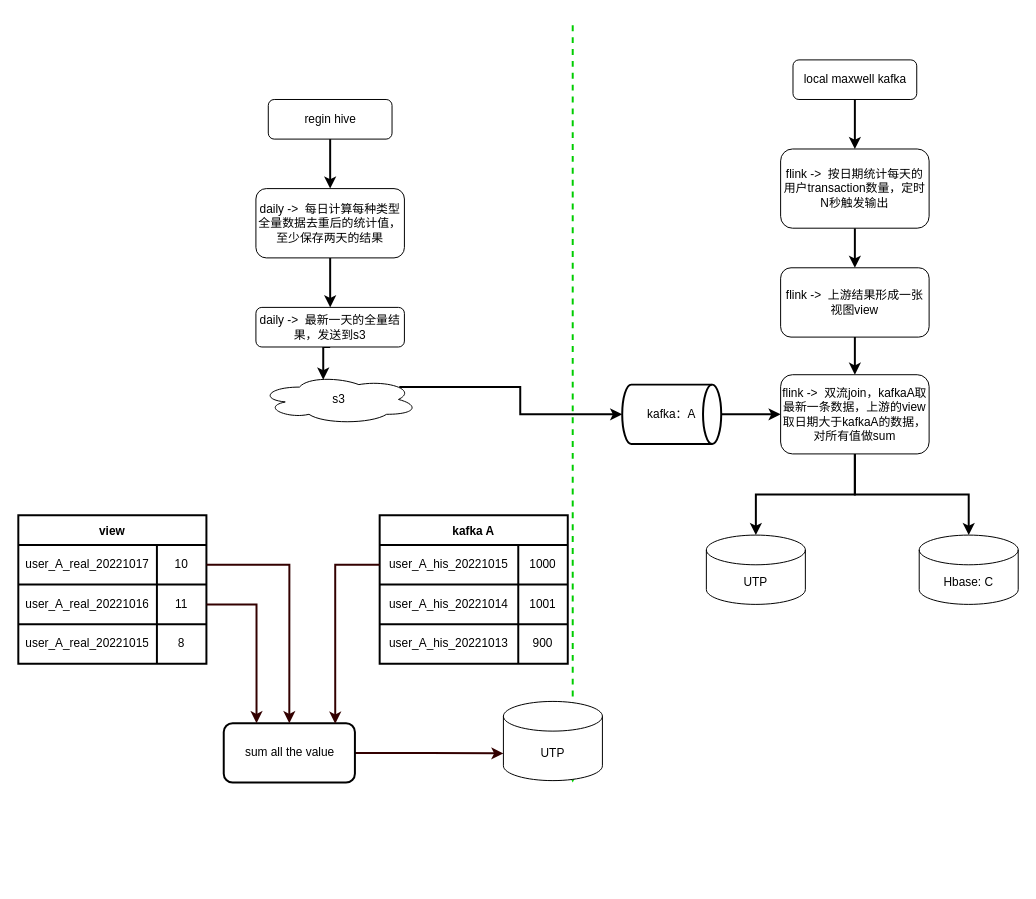
Above: 未命名绘图.drawio in LadyTao/flink-study (draw.io), before the change. Source tidied: cells renumbered, new cells numbered last; positions are measured from the earlier drawing's top-left corner, leaving out a move shared by most shapes. Both pictures are drawn from the tidied source at 99%, with x=0, y=0 at pixel (18, 25).
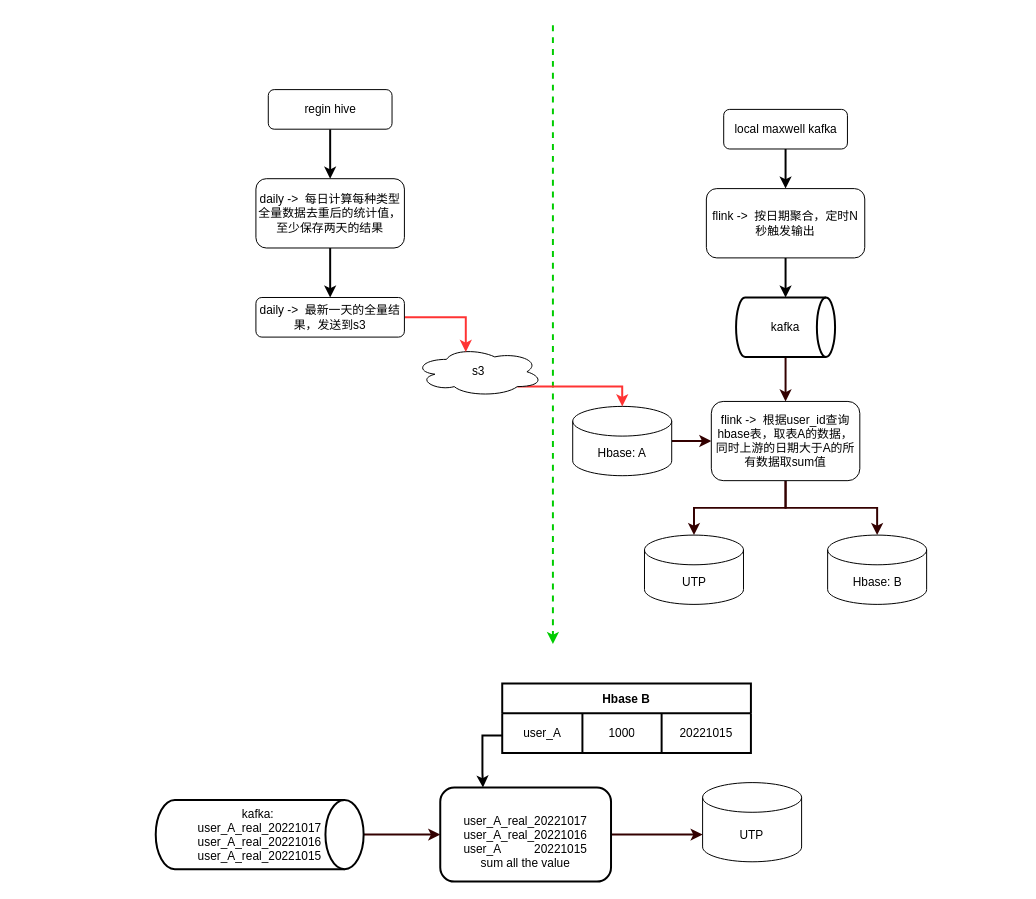
Above is the later version.

Commit message:
更新未命名绘图.drawio

Change to the diagram source:
```diff
@@
     <mxCell id="2" style="edgeStyle=none;orthogonalLoop=1;jettySize=auto;html=1;rounded=0;strokeWidth=2;dashed=1;strokeColor=#00CC00;" parent="1" edge="1">
       <mxGeometry relative="1" as="geometry">
-        <mxPoint x="560" as="sourcePoint" />
-        <mxPoint x="560" y="765" as="targetPoint" />
+        <mxPoint x="540" as="sourcePoint" />
+        <mxPoint x="540" y="625" as="targetPoint" />
       </mxGeometry>
     </mxCell>
@@
     <mxCell id="4" value="regin hive" style="rounded=1;whiteSpace=wrap;html=1;" parent="1" vertex="1">
-      <mxGeometry x="252.5" y="75" width="125" height="40" as="geometry" />
+      <mxGeometry x="252.5" y="65" width="125" height="40" as="geometry" />
     </mxCell>
-    <mxCell id="5" style="edgeStyle=orthogonalEdgeStyle;rounded=0;jettySize=auto;html=1;exitX=0.5;exitY=1;exitDx=0;exitDy=0;entryX=0.5;entryY=0;entryDx=0;entryDy=0;strokeWidth=2;" parent="1" edge="1" source="6" target="14">
-      <mxGeometry relative="1" as="geometry" />
-    </mxCell>
+    <mxCell id="52" style="edgeStyle=orthogonalEdgeStyle;rounded=0;jettySize=auto;html=1;exitX=0.5;exitY=1;exitDx=0;exitDy=0;entryX=0.5;entryY=0;entryDx=0;entryDy=0;strokeWidth=2;" parent="1" edge="1" source="6" target="16">
+      <mxGeometry relative="1" as="geometry" />
+    </mxCell>
     <mxCell id="6" value="local maxwell kafka" style="rounded=1;whiteSpace=wrap;html=1;" parent="1" vertex="1">
-      <mxGeometry x="782.5" y="35" width="125" height="40" as="geometry" />
+      <mxGeometry x="712.5" y="85" width="125" height="40" as="geometry" />
     </mxCell>
@@
     <mxCell id="8" value="daily -&amp;gt;&amp;nbsp; 每日计算每种类型全量数据去重后的统计值，至少保存两天的结果" style="rounded=1;whiteSpace=wrap;html=1;" parent="1" vertex="1">
-      <mxGeometry x="240" y="165" width="150" height="70" as="geometry" />
+      <mxGeometry x="240" y="155" width="150" height="70" as="geometry" />
     </mxCell>
-    <mxCell id="9" style="edgeStyle=orthogonalEdgeStyle;rounded=0;jettySize=auto;html=1;exitX=0.88;exitY=0.25;exitDx=0;exitDy=0;exitPerimeter=0;entryX=0;entryY=0.5;entryDx=0;entryDy=0;entryPerimeter=0;strokeWidth=2;" parent="1" edge="1" source="10" target="18">
-      <mxGeometry relative="1" as="geometry" />
-    </mxCell>
+    <mxCell id="53" style="edgeStyle=orthogonalEdgeStyle;rounded=0;jettySize=auto;html=1;exitX=0.8;exitY=0.8;exitDx=0;exitDy=0;exitPerimeter=0;entryX=0.5;entryY=0;entryDx=0;entryDy=0;entryPerimeter=0;strokeColor=#FF3333;strokeWidth=2;" parent="1" edge="1" source="10" target="55">
+      <mxGeometry relative="1" as="geometry" />
+    </mxCell>
     <mxCell id="10" value="s3" style="ellipse;shape=cloud;whiteSpace=wrap;html=1;" parent="1" vertex="1">
-      <mxGeometry x="244" y="353" width="160" height="50" as="geometry" />
+      <mxGeometry x="400" y="325" width="130" height="50" as="geometry" />
     </mxCell>
-    <mxCell id="11" style="edgeStyle=orthogonalEdgeStyle;rounded=0;jettySize=auto;html=1;exitX=0.5;exitY=1;exitDx=0;exitDy=0;entryX=0.4;entryY=0.1;entryDx=0;entryDy=0;entryPerimeter=0;strokeWidth=2;" parent="1" edge="1" source="12" target="10">
+    <mxCell id="11" style="edgeStyle=orthogonalEdgeStyle;rounded=0;jettySize=auto;html=1;exitX=1;exitY=0.5;exitDx=0;exitDy=0;entryX=0.4;entryY=0.1;entryDx=0;entryDy=0;entryPerimeter=0;strokeWidth=2;strokeColor=#FF3333;" parent="1" edge="1" source="12" target="10">
       <mxGeometry relative="1" as="geometry" />
     </mxCell>
     <mxCell id="12" value="daily -&amp;gt;&amp;nbsp; 最新一天的全量结果，发送到s3" style="rounded=1;whiteSpace=wrap;html=1;" parent="1" vertex="1">
-      <mxGeometry x="240" y="285" width="150" height="40" as="geometry" />
+      <mxGeometry x="240" y="275" width="150" height="40" as="geometry" />
     </mxCell>
-    <mxCell id="13" style="edgeStyle=orthogonalEdgeStyle;rounded=0;jettySize=auto;html=1;exitX=0.5;exitY=1;exitDx=0;exitDy=0;strokeWidth=2;" parent="1" edge="1" source="14" target="16">
-      <mxGeometry relative="1" as="geometry" />
-    </mxCell>
-    <mxCell id="14" value="flink -&amp;gt;&amp;nbsp; 按日期统计每天的用户transaction数量，定时N秒触发输出" style="rounded=1;whiteSpace=wrap;html=1;" parent="1" vertex="1">
-      <mxGeometry x="770" y="125" width="150" height="80" as="geometry" />
-    </mxCell>
-    <mxCell id="15" style="edgeStyle=orthogonalEdgeStyle;rounded=0;jettySize=auto;html=1;exitX=0.5;exitY=1;exitDx=0;exitDy=0;strokeWidth=2;" parent="1" edge="1" source="16" target="51">
-      <mxGeometry relative="1" as="geometry" />
-    </mxCell>
+    <mxCell id="54" style="edgeStyle=orthogonalEdgeStyle;rounded=0;jettySize=auto;html=1;exitX=1;exitY=0.5;exitDx=0;exitDy=0;exitPerimeter=0;entryX=0;entryY=0.5;entryDx=0;entryDy=0;strokeColor=#330000;strokeWidth=2;" parent="1" edge="1" source="55" target="60">
+      <mxGeometry relative="1" as="geometry" />
+    </mxCell>
+    <mxCell id="55" value="Hbase: A" style="shape=cylinder3;whiteSpace=wrap;html=1;boundedLbl=1;backgroundOutline=1;size=15;" parent="1" vertex="1">
+      <mxGeometry x="560" y="385" width="100" height="70" as="geometry" />
+    </mxCell>
+    <mxCell id="56" style="edgeStyle=orthogonalEdgeStyle;rounded=0;jettySize=auto;html=1;exitX=0.5;exitY=1;exitDx=0;exitDy=0;strokeWidth=2;" parent="1" edge="1" source="16" target="18">
+      <mxGeometry relative="1" as="geometry" />
+    </mxCell>
-    <mxCell id="16" value="flink -&amp;gt;&amp;nbsp; 上游结果形成一张视图view" style="rounded=1;whiteSpace=wrap;html=1;" parent="1" vertex="1">
-      <mxGeometry x="770" y="245" width="150" height="70" as="geometry" />
+    <mxCell id="16" value="flink -&amp;gt;&amp;nbsp; 按日期聚合，定时N秒触发输出" style="rounded=1;whiteSpace=wrap;html=1;" parent="1" vertex="1">
+      <mxGeometry x="695" y="165" width="160" height="70" as="geometry" />
     </mxCell>
-    <mxCell id="17" style="edgeStyle=orthogonalEdgeStyle;rounded=0;jettySize=auto;html=1;exitX=1;exitY=0.5;exitDx=0;exitDy=0;exitPerimeter=0;entryX=0;entryY=0.5;entryDx=0;entryDy=0;strokeWidth=2;" parent="1" edge="1" source="18" target="51">
-      <mxGeometry relative="1" as="geometry" />
-    </mxCell>
+    <mxCell id="57" style="edgeStyle=orthogonalEdgeStyle;rounded=0;jettySize=auto;html=1;exitX=0.5;exitY=1;exitDx=0;exitDy=0;exitPerimeter=0;strokeColor=#330000;strokeWidth=2;" parent="1" edge="1" source="18" target="60">
+      <mxGeometry relative="1" as="geometry" />
+    </mxCell>
-    <mxCell id="18" value="kafka：A" style="strokeWidth=2;html=1;shape=mxgraph.flowchart.direct_data;whiteSpace=wrap;" parent="1" vertex="1">
-      <mxGeometry x="610" y="363" width="100" height="60" as="geometry" />
+    <mxCell id="18" value="kafka" style="strokeWidth=2;html=1;shape=mxgraph.flowchart.direct_data;whiteSpace=wrap;" parent="1" vertex="1">
+      <mxGeometry x="725" y="275" width="100" height="60" as="geometry" />
     </mxCell>
+    <mxCell id="58" style="edgeStyle=orthogonalEdgeStyle;rounded=0;jettySize=auto;html=1;exitX=0.5;exitY=1;exitDx=0;exitDy=0;entryX=0.5;entryY=0;entryDx=0;entryDy=0;entryPerimeter=0;strokeColor=#330000;strokeWidth=2;" parent="1" edge="1" source="60" target="20">
+      <mxGeometry relative="1" as="geometry" />
+    </mxCell>
+    <mxCell id="59" style="edgeStyle=orthogonalEdgeStyle;rounded=0;jettySize=auto;html=1;exitX=0.5;exitY=1;exitDx=0;exitDy=0;entryX=0.5;entryY=0;entryDx=0;entryDy=0;entryPerimeter=0;strokeColor=#330000;strokeWidth=2;" parent="1" edge="1" source="60" target="19">
+      <mxGeometry relative="1" as="geometry" />
+    </mxCell>
+    <mxCell id="60" value="flink -&amp;gt;&amp;nbsp; 根据user_id查询hbase表，取表A的数据，同时上游的日期大于A的所有数据取sum值" style="rounded=1;whiteSpace=wrap;html=1;" parent="1" vertex="1">
+      <mxGeometry x="700" y="380" width="150" height="80" as="geometry" />
+    </mxCell>
-    <mxCell id="19" value="Hbase: C" style="shape=cylinder3;whiteSpace=wrap;html=1;boundedLbl=1;backgroundOutline=1;size=15;" parent="1" vertex="1">
-      <mxGeometry x="910" y="515" width="100" height="70" as="geometry" />
+    <mxCell id="19" value="Hbase: B" style="shape=cylinder3;whiteSpace=wrap;html=1;boundedLbl=1;backgroundOutline=1;size=15;" parent="1" vertex="1">
+      <mxGeometry x="817.5" y="515" width="100" height="70" as="geometry" />
     </mxCell>
     <mxCell id="20" value="UTP" style="shape=cylinder3;whiteSpace=wrap;html=1;boundedLbl=1;backgroundOutline=1;size=15;" parent="1" vertex="1">
-      <mxGeometry x="695" y="515" width="100" height="70" as="geometry" />
+      <mxGeometry x="632.5" y="515" width="100" height="70" as="geometry" />
     </mxCell>
-    <mxCell id="21" value="view" style="shape=table;startSize=30;childLayout=tableLayout;fontStyle=1;align=center;strokeWidth=2;" parent="1" vertex="1">
-      <mxGeometry y="495" width="190" height="150" as="geometry" />
-    </mxCell>
-    <mxCell id="22" style="shape=tableRow;horizontal=0;startSize=0;swimlaneHead=0;swimlaneBody=0;top=0;left=0;bottom=0;right=0;fillColor=none;points=[[0,0.5],[1,0.5]];portConstraint=eastwest;strokeWidth=2;" parent="21" vertex="1">
-      <mxGeometry y="30" width="190" height="40" as="geometry" />
-    </mxCell>
-    <mxCell id="23" value="user_A_real_20221017" style="shape=partialRectangle;html=1;whiteSpace=wrap;fillColor=none;top=0;left=0;bottom=0;right=0;overflow=hidden;strokeWidth=2;" parent="22" vertex="1">
-      <mxGeometry width="140" height="40" as="geometry" />
-    </mxCell>
-    <mxCell id="24" value="10" style="shape=partialRectangle;html=1;whiteSpace=wrap;fillColor=none;top=0;left=0;bottom=0;right=0;overflow=hidden;strokeWidth=2;" parent="22" vertex="1">
-      <mxGeometry x="140" width="50" height="40" as="geometry" />
-    </mxCell>
-    <mxCell id="25" style="shape=tableRow;horizontal=0;startSize=0;swimlaneHead=0;swimlaneBody=0;top=0;left=0;bottom=0;right=0;fillColor=none;points=[[0,0.5],[1,0.5]];portConstraint=eastwest;strokeWidth=2;" parent="21" vertex="1">
-      <mxGeometry y="70" width="190" height="40" as="geometry" />
-    </mxCell>
-    <mxCell id="26" value="user_A_real_20221016" style="shape=partialRectangle;html=1;whiteSpace=wrap;fillColor=none;top=0;left=0;bottom=0;right=0;overflow=hidden;strokeWidth=2;" parent="25" vertex="1">
-      <mxGeometry width="140" height="40" as="geometry" />
-    </mxCell>
-    <mxCell id="27" value="11" style="shape=partialRectangle;html=1;whiteSpace=wrap;fillColor=none;top=0;left=0;bottom=0;right=0;overflow=hidden;strokeWidth=2;" parent="25" vertex="1">
-      <mxGeometry x="140" width="50" height="40" as="geometry" />
-    </mxCell>
-    <mxCell id="28" style="shape=tableRow;horizontal=0;startSize=0;swimlaneHead=0;swimlaneBody=0;top=0;left=0;bottom=0;right=0;fillColor=none;strokeWidth=2;" parent="21" vertex="1">
-      <mxGeometry y="110" width="190" height="40" as="geometry" />
-    </mxCell>
-    <mxCell id="29" value="user_A_real_20221015" style="shape=partialRectangle;html=1;whiteSpace=wrap;fillColor=none;top=0;left=0;bottom=0;right=0;overflow=hidden;strokeWidth=2;" parent="28" vertex="1">
-      <mxGeometry width="140" height="40" as="geometry" />
-    </mxCell>
-    <mxCell id="30" value="8" style="shape=partialRectangle;html=1;whiteSpace=wrap;fillColor=none;top=0;left=0;bottom=0;right=0;overflow=hidden;strokeWidth=2;" parent="28" vertex="1">
-      <mxGeometry x="140" width="50" height="40" as="geometry" />
-    </mxCell>
-    <mxCell id="31" style="edgeStyle=orthogonalEdgeStyle;rounded=0;orthogonalLoop=1;jettySize=auto;html=1;exitX=1;exitY=0.5;exitDx=0;exitDy=0;dashed=1;strokeColor=#00CC00;strokeWidth=2;" parent="21" edge="1" source="25" target="25">
-      <mxGeometry relative="1" as="geometry" />
-    </mxCell>
+    <mxCell id="61" style="edgeStyle=orthogonalEdgeStyle;rounded=0;jettySize=auto;html=1;exitX=0;exitY=0.75;exitDx=0;exitDy=0;entryX=0.25;entryY=0;entryDx=0;entryDy=0;strokeWidth=2;" parent="1" edge="1" source="32" target="44">
+      <mxGeometry relative="1" as="geometry" />
+    </mxCell>
-    <mxCell id="32" value="kafka A" style="shape=table;startSize=30;childLayout=tableLayout;fontStyle=1;align=center;strokeWidth=2;" parent="1" vertex="1">
-      <mxGeometry x="365" y="495" width="190" height="150" as="geometry" />
+    <mxCell id="32" value="Hbase B" style="shape=table;startSize=30;childLayout=tableLayout;fontStyle=1;align=center;strokeWidth=2;" parent="1" vertex="1">
+      <mxGeometry x="488.8" y="665" width="251.2" height="70" as="geometry" />
     </mxCell>
     <mxCell id="33" style="shape=tableRow;horizontal=0;startSize=0;swimlaneHead=0;swimlaneBody=0;top=0;left=0;bottom=0;right=0;fillColor=none;points=[[0,0.5],[1,0.5]];portConstraint=eastwest;strokeWidth=2;" parent="32" vertex="1">
-      <mxGeometry y="30" width="190" height="40" as="geometry" />
+      <mxGeometry y="30" width="251.2" height="40" as="geometry" />
     </mxCell>
-    <mxCell id="34" value="user_A_his_20221015" style="shape=partialRectangle;html=1;whiteSpace=wrap;fillColor=none;top=0;left=0;bottom=0;right=0;overflow=hidden;strokeWidth=2;" parent="33" vertex="1">
-      <mxGeometry width="140" height="40" as="geometry" />
+    <mxCell id="34" value="user_A" style="shape=partialRectangle;html=1;whiteSpace=wrap;fillColor=none;top=0;left=0;bottom=0;right=0;overflow=hidden;strokeWidth=2;" parent="33" vertex="1">
+      <mxGeometry width="81" height="40" as="geometry" />
     </mxCell>
     <mxCell id="35" value="1000" style="shape=partialRectangle;html=1;whiteSpace=wrap;fillColor=none;top=0;left=0;bottom=0;right=0;overflow=hidden;strokeWidth=2;" parent="33" vertex="1">
-      <mxGeometry x="140" width="50" height="40" as="geometry" />
+      <mxGeometry x="81" width="80" height="40" as="geometry" />
     </mxCell>
-    <mxCell id="36" style="shape=tableRow;horizontal=0;startSize=0;swimlaneHead=0;swimlaneBody=0;top=0;left=0;bottom=0;right=0;fillColor=none;points=[[0,0.5],[1,0.5]];portConstraint=eastwest;strokeWidth=2;" parent="32" vertex="1">
-      <mxGeometry y="70" width="190" height="40" as="geometry" />
-    </mxCell>
-    <mxCell id="37" value="user_A_his_20221014" style="shape=partialRectangle;html=1;whiteSpace=wrap;fillColor=none;top=0;left=0;bottom=0;right=0;overflow=hidden;strokeWidth=2;" parent="36" vertex="1">
-      <mxGeometry width="140" height="40" as="geometry" />
-    </mxCell>
-    <mxCell id="38" value="1001" style="shape=partialRectangle;html=1;whiteSpace=wrap;fillColor=none;top=0;left=0;bottom=0;right=0;overflow=hidden;strokeWidth=2;" parent="36" vertex="1">
-      <mxGeometry x="140" width="50" height="40" as="geometry" />
-    </mxCell>
-    <mxCell id="39" style="shape=tableRow;horizontal=0;startSize=0;swimlaneHead=0;swimlaneBody=0;top=0;left=0;bottom=0;right=0;fillColor=none;strokeWidth=2;" parent="32" vertex="1">
-      <mxGeometry y="110" width="190" height="40" as="geometry" />
-    </mxCell>
-    <mxCell id="40" value="user_A_his_20221013" style="shape=partialRectangle;html=1;whiteSpace=wrap;fillColor=none;top=0;left=0;bottom=0;right=0;overflow=hidden;strokeWidth=2;" parent="39" vertex="1">
-      <mxGeometry width="140" height="40" as="geometry" />
-    </mxCell>
-    <mxCell id="41" value="900" style="shape=partialRectangle;html=1;whiteSpace=wrap;fillColor=none;top=0;left=0;bottom=0;right=0;overflow=hidden;strokeWidth=2;" parent="39" vertex="1">
-      <mxGeometry x="140" width="50" height="40" as="geometry" />
-    </mxCell>
+    <mxCell id="62" value="20221015" style="shape=partialRectangle;html=1;whiteSpace=wrap;fillColor=none;top=0;left=0;bottom=0;right=0;overflow=hidden;strokeWidth=2;" parent="33" vertex="1">
+      <mxGeometry x="161" width="90" height="40" as="geometry" />
+    </mxCell>
-    <mxCell id="42" style="edgeStyle=orthogonalEdgeStyle;rounded=0;orthogonalLoop=1;jettySize=auto;html=1;exitX=1;exitY=0.5;exitDx=0;exitDy=0;dashed=1;strokeColor=#00CC00;strokeWidth=2;" parent="32" edge="1" source="36" target="36">
+    <mxCell id="42" style="edgeStyle=orthogonalEdgeStyle;rounded=0;orthogonalLoop=1;jettySize=auto;html=1;exitX=1;exitY=0.5;exitDx=0;exitDy=0;dashed=1;strokeColor=#00CC00;strokeWidth=2;" parent="32" edge="1">
       <mxGeometry relative="1" as="geometry" />
     </mxCell>
@@
-    <mxCell id="44" value="sum all the value" style="rounded=1;whiteSpace=wrap;html=1;strokeWidth=2;" parent="1" vertex="1">
-      <mxGeometry x="207.5" y="705" width="132.5" height="60" as="geometry" />
+    <mxCell id="44" value="&amp;nbsp;&lt;br&gt;user_A_real_20221017&lt;br&gt;user_A_real_20221016&lt;br&gt;user_A&amp;nbsp; &amp;nbsp; &amp;nbsp; &amp;nbsp; &amp;nbsp; 20221015&lt;br&gt;sum all the value" style="rounded=1;whiteSpace=wrap;html=1;strokeWidth=2;" parent="1" vertex="1">
+      <mxGeometry x="426.2" y="770" width="172.5" height="95" as="geometry" />
     </mxCell>
-    <mxCell id="45" style="edgeStyle=orthogonalEdgeStyle;rounded=0;jettySize=auto;html=1;exitX=0;exitY=0.5;exitDx=0;exitDy=0;entryX=0.85;entryY=0.008;entryDx=0;entryDy=0;entryPerimeter=0;strokeColor=#330000;strokeWidth=2;" parent="1" edge="1" source="33" target="44">
-      <mxGeometry relative="1" as="geometry" />
-    </mxCell>
-    <mxCell id="46" style="edgeStyle=orthogonalEdgeStyle;rounded=0;jettySize=auto;html=1;exitX=1;exitY=0.5;exitDx=0;exitDy=0;entryX=0.25;entryY=0;entryDx=0;entryDy=0;strokeColor=#330000;strokeWidth=2;" parent="1" edge="1" source="25" target="44">
-      <mxGeometry relative="1" as="geometry" />
-    </mxCell>
-    <mxCell id="47" style="edgeStyle=orthogonalEdgeStyle;rounded=0;jettySize=auto;html=1;exitX=1;exitY=0.5;exitDx=0;exitDy=0;entryX=0.5;entryY=0;entryDx=0;entryDy=0;strokeColor=#330000;strokeWidth=2;" parent="1" edge="1" source="22" target="44">
-      <mxGeometry relative="1" as="geometry" />
-    </mxCell>
+    <mxCell id="63" style="edgeStyle=orthogonalEdgeStyle;rounded=0;jettySize=auto;html=1;exitX=1;exitY=0.5;exitDx=0;exitDy=0;exitPerimeter=0;entryX=0;entryY=0.5;entryDx=0;entryDy=0;strokeColor=#330000;strokeWidth=2;" parent="1" edge="1" source="64" target="44">
+      <mxGeometry relative="1" as="geometry" />
+    </mxCell>
+    <mxCell id="64" value="kafka:&amp;nbsp;&lt;br&gt;user_A_real_20221017&lt;br&gt;user_A_real_20221016&lt;br&gt;user_A_real_20221015" style="strokeWidth=2;html=1;shape=mxgraph.flowchart.direct_data;whiteSpace=wrap;align=center;" parent="1" vertex="1">
+      <mxGeometry x="138.8" y="782.5" width="210" height="70" as="geometry" />
+    </mxCell>
     <mxCell id="48" value="UTP" style="shape=cylinder3;whiteSpace=wrap;html=1;boundedLbl=1;backgroundOutline=1;size=15;" parent="1" vertex="1">
-      <mxGeometry x="490" y="683" width="100" height="80" as="geometry" />
+      <mxGeometry x="691.2" y="765" width="100" height="80" as="geometry" />
     </mxCell>
-    <mxCell id="49" style="edgeStyle=orthogonalEdgeStyle;rounded=0;jettySize=auto;html=1;exitX=0.5;exitY=1;exitDx=0;exitDy=0;strokeWidth=2;" parent="1" edge="1" source="51" target="20">
-      <mxGeometry relative="1" as="geometry" />
-    </mxCell>
-    <mxCell id="50" style="edgeStyle=orthogonalEdgeStyle;rounded=0;jettySize=auto;html=1;exitX=0.5;exitY=1;exitDx=0;exitDy=0;entryX=0.5;entryY=0;entryDx=0;entryDy=0;entryPerimeter=0;strokeWidth=2;" parent="1" edge="1" source="51" target="19">
-      <mxGeometry relative="1" as="geometry" />
-    </mxCell>
-    <mxCell id="51" value="flink -&amp;gt;&amp;nbsp; 双流join，kafkaA取最新一条数据，上游的view取日期大于kafkaA的数据，对所有值做sum" style="rounded=1;whiteSpace=wrap;html=1;" parent="1" vertex="1">
-      <mxGeometry x="770" y="353" width="150" height="80" as="geometry" />
-    </mxCell>
+    <mxCell id="65" style="edgeStyle=orthogonalEdgeStyle;rounded=0;jettySize=auto;html=1;exitX=0;exitY=0.5;exitDx=0;exitDy=0;entryX=0.5;entryY=0;entryDx=0;entryDy=0;strokeWidth=2;" parent="1" edge="1" target="44">
+      <mxGeometry relative="1" as="geometry" />
+    </mxCell>
```
